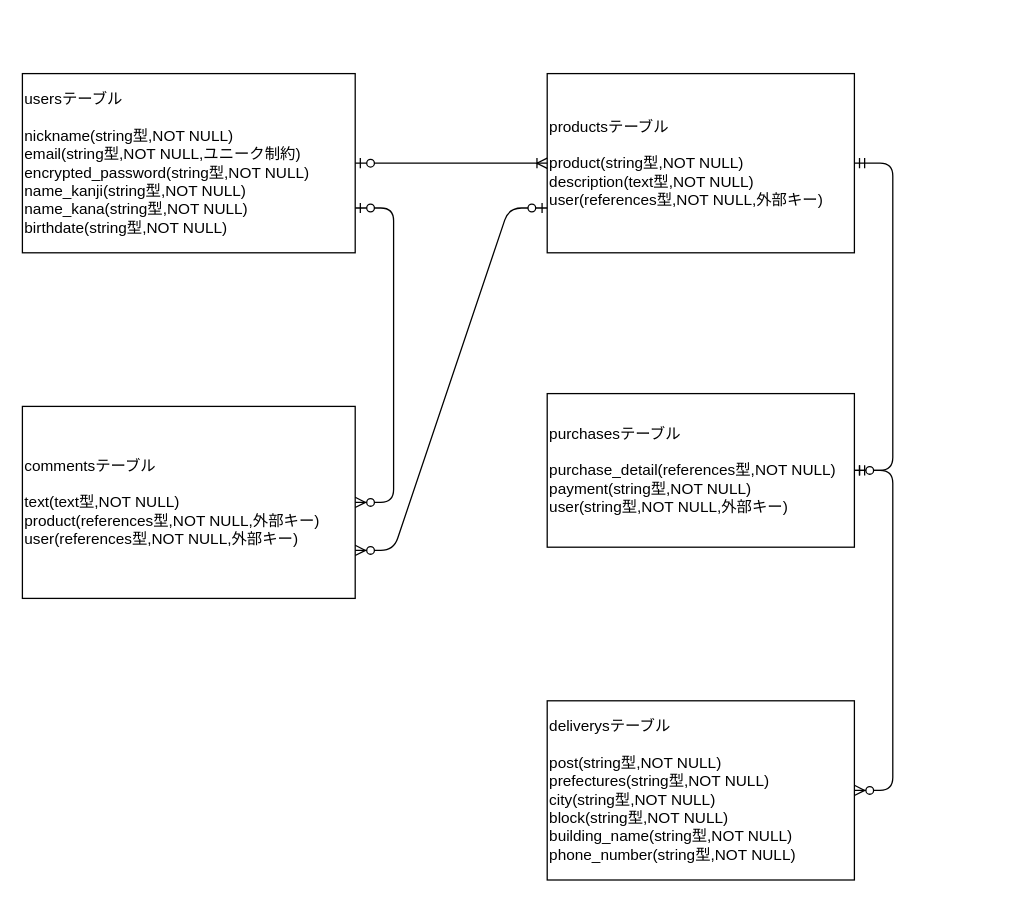
Before: furima.dio in karinkoike/furima-40201, a draw.io diagram. Source tidied: cells renumbered, new cells numbered last; positions are measured from the earlier drawing's top-left corner, leaving out a move shared by most shapes. Both pictures are drawn from the tidied source at 128%, with x=0, y=0 at pixel (22, 73).
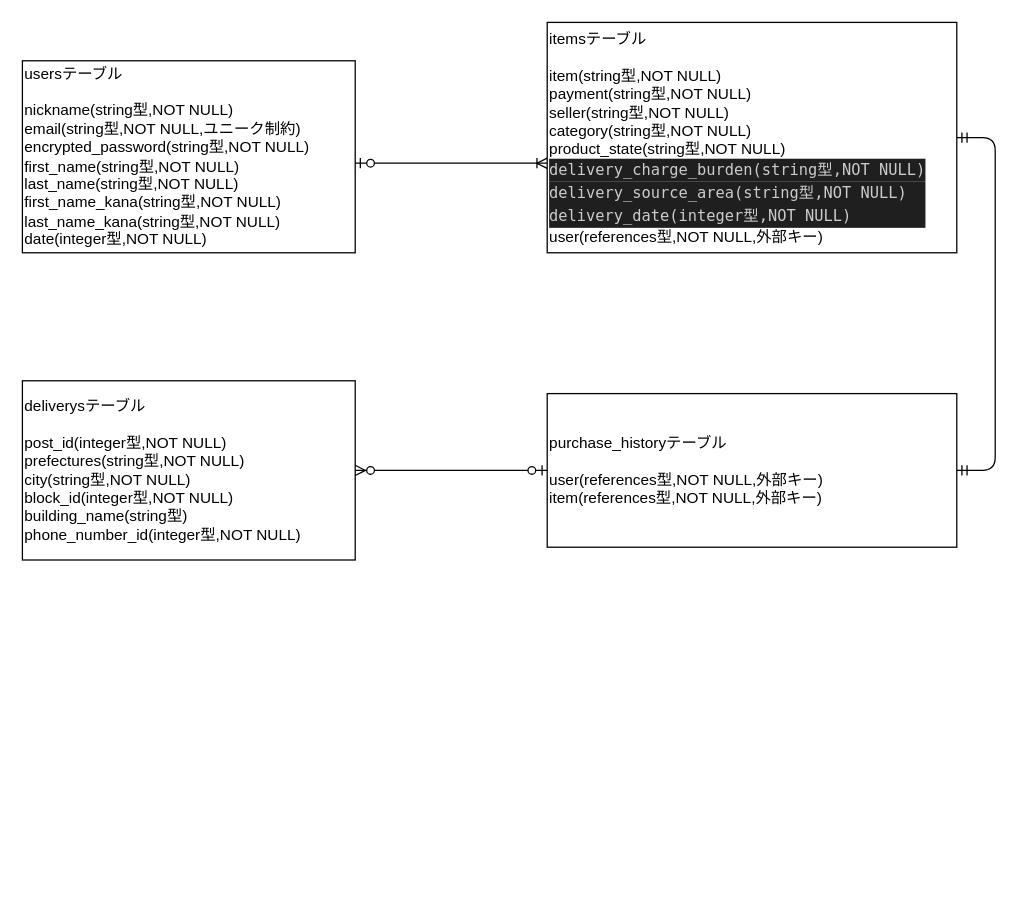
Above is the later version.

The edit, as a diff of the source:
```diff
@@
 <mxGraphModel>
   <root>
     <mxCell id="0" />
     <mxCell id="1" parent="0" />
-    <mxCell id="2" value="usersテーブル&lt;br&gt;&lt;br&gt;nickname(string型,NOT NULL)&lt;br&gt;email(string型,NOT NULL,ユニーク制約)&lt;br&gt;encrypted_password(string型,NOT NULL)&lt;br&gt;name_kanji(string型,NOT NULL)&lt;br&gt;name_kana(string型,NOT NULL)&lt;br&gt;birthdate(string型,NOT NULL)" style="rounded=0;whiteSpace=wrap;html=1;align=left;" parent="1" vertex="1">
-      <mxGeometry width="260" height="140" as="geometry" />
+    <mxCell id="2" value="usersテーブル&lt;br&gt;&lt;br&gt;nickname(string型,NOT NULL)&lt;br&gt;email(string型,NOT NULL,ユニーク制約)&lt;br&gt;encrypted_password(string型,NOT NULL)&lt;br&gt;first_name(string型,NOT NULL)&lt;br&gt;last_name(string型,NOT NULL)&lt;br&gt;first_name_kana(string型,NOT NULL)&lt;br&gt;last_name_kana(string型,NOT NULL)&lt;br&gt;date(integer型,NOT NULL)" style="rounded=0;whiteSpace=wrap;html=1;align=left;" parent="1" vertex="1">
+      <mxGeometry y="-10" width="260" height="150" as="geometry" />
     </mxCell>
-    <mxCell id="3" value="productsテーブル&lt;br&gt;&lt;br&gt;product(string型,NOT NULL)&lt;br&gt;description(text型,NOT NULL)&lt;br&gt;user(references型,NOT NULL,外部キー)" style="rounded=0;whiteSpace=wrap;html=1;align=left;" parent="1" vertex="1">
-      <mxGeometry x="410" width="240" height="140" as="geometry" />
+    <mxCell id="3" value="itemsテーブル&lt;br&gt;&lt;br&gt;item(string型,NOT NULL)&lt;br&gt;payment(string型,NOT NULL)&lt;br&gt;seller(string型,NOT NULL)&lt;br&gt;category(string型,NOT NULL)&lt;br&gt;product_state(string型,NOT NULL)&lt;br&gt;&lt;div style=&quot;color: rgb(204, 204, 204); background-color: rgb(31, 31, 31); font-family: Menlo, Monaco, &amp;quot;Courier New&amp;quot;, monospace; line-height: 18px;&quot;&gt;delivery_charge_burden(string型,NOT NULL)&lt;/div&gt;&lt;div style=&quot;color: rgb(204, 204, 204); background-color: rgb(31, 31, 31); font-family: Menlo, Monaco, &amp;quot;Courier New&amp;quot;, monospace; line-height: 18px;&quot;&gt;&lt;div style=&quot;line-height: 18px;&quot;&gt;delivery_source_area(string型,NOT NULL)&lt;/div&gt;&lt;div style=&quot;line-height: 18px;&quot;&gt;&lt;div style=&quot;line-height: 18px;&quot;&gt;delivery_date(integer型,NOT NULL)&lt;/div&gt;&lt;/div&gt;&lt;/div&gt;user(references型,NOT NULL,外部キー)" style="rounded=0;whiteSpace=wrap;html=1;align=left;" parent="1" vertex="1">
+      <mxGeometry x="410" y="-40" width="320" height="180" as="geometry" />
     </mxCell>
-    <mxCell id="4" style="edgeStyle=entityRelationEdgeStyle;fontSize=12;html=1;endArrow=ERoneToMany;startArrow=ERzeroToOne;entryX=0;entryY=0.5;entryDx=0;entryDy=0;exitX=1;exitY=0.5;exitDx=0;exitDy=0;" parent="1" edge="1" source="2" target="3">
-      <mxGeometry relative="1" as="geometry" />
+    <mxCell id="4" style="edgeStyle=entityRelationEdgeStyle;fontSize=12;html=1;endArrow=ERoneToMany;startArrow=ERzeroToOne;" parent="1" edge="1">
+      <mxGeometry relative="1" as="geometry">
+        <mxPoint x="260" y="70" as="sourcePoint" />
+        <mxPoint x="410" y="70" as="targetPoint" />
+      </mxGeometry>
     </mxCell>
-    <mxCell id="5" value="purchasesテーブル&lt;br&gt;&lt;br&gt;purchase_detail(references型,NOT NULL)&lt;br&gt;payment(string型,NOT NULL)&lt;br&gt;user(string型,NOT NULL,外部キー)" style="rounded=0;whiteSpace=wrap;html=1;align=left;" parent="1" vertex="1">
-      <mxGeometry x="410" y="250" width="240" height="120" as="geometry" />
+    <mxCell id="5" value="purchase_historyテーブル&lt;br&gt;&lt;br&gt;user(references型,NOT NULL,外部キー)&lt;br&gt;item(references型,NOT NULL,外部キー)" style="rounded=0;whiteSpace=wrap;html=1;align=left;" parent="1" vertex="1">
+      <mxGeometry x="410" y="250" width="320" height="120" as="geometry" />
     </mxCell>
     <mxCell id="6" style="edgeStyle=entityRelationEdgeStyle;fontSize=12;html=1;endArrow=ERmandOne;startArrow=ERmandOne;" parent="1" edge="1" source="5" target="3">
       <mxGeometry relative="1" as="geometry" />
     </mxCell>
-    <mxCell id="7" value="deliverysテーブル&lt;br&gt;&lt;br&gt;post(string型,NOT NULL)&lt;br&gt;prefectures(string型,NOT NULL)&lt;br&gt;city(string型,NOT NULL)&lt;br&gt;block(string型,NOT NULL)&lt;br&gt;building_name(string型,NOT NULL)&lt;br&gt;phone_number(string型,NOT NULL)" style="rounded=0;whiteSpace=wrap;html=1;align=left;" parent="1" vertex="1">
-      <mxGeometry x="410" y="490" width="240" height="140" as="geometry" />
+    <mxCell id="7" value="deliverysテーブル&lt;br&gt;&lt;br&gt;post_id(integer型,NOT NULL)&lt;br&gt;prefectures(string型,NOT NULL)&lt;br&gt;city(string型,NOT NULL)&lt;br&gt;block_id(integer型,NOT NULL)&lt;br&gt;building_name(string型)&lt;br&gt;phone_number_id(integer型,NOT NULL)" style="rounded=0;whiteSpace=wrap;html=1;align=left;" parent="1" vertex="1">
+      <mxGeometry y="240" width="260" height="140" as="geometry" />
     </mxCell>
     <mxCell id="8" style="edgeStyle=entityRelationEdgeStyle;fontSize=12;html=1;endArrow=ERzeroToMany;startArrow=ERzeroToOne;" parent="1" edge="1" source="5" target="7">
       <mxGeometry relative="1" as="geometry" />
     </mxCell>
-    <mxCell id="9" value="commentsテーブル&lt;br&gt;&lt;br&gt;text(text型,NOT NULL)&lt;br&gt;product(references型,NOT NULL,外部キー)&lt;br&gt;user(references型,NOT NULL,外部キー)" style="rounded=0;whiteSpace=wrap;html=1;align=left;" parent="1" vertex="1">
-      <mxGeometry y="260" width="260" height="150" as="geometry" />
-    </mxCell>
-    <mxCell id="10" style="edgeStyle=entityRelationEdgeStyle;fontSize=12;html=1;endArrow=ERzeroToMany;startArrow=ERzeroToOne;exitX=1;exitY=0.75;exitDx=0;exitDy=0;" parent="1" edge="1" source="2" target="9">
-      <mxGeometry relative="1" as="geometry" />
-    </mxCell>
-    <mxCell id="11" style="edgeStyle=entityRelationEdgeStyle;fontSize=12;html=1;endArrow=ERzeroToMany;startArrow=ERzeroToOne;entryX=1;entryY=0.75;entryDx=0;entryDy=0;exitX=0;exitY=0.75;exitDx=0;exitDy=0;" parent="1" edge="1" source="3" target="9">
-      <mxGeometry relative="1" as="geometry" />
-    </mxCell>
   </root>
 </mxGraphModel>
```
